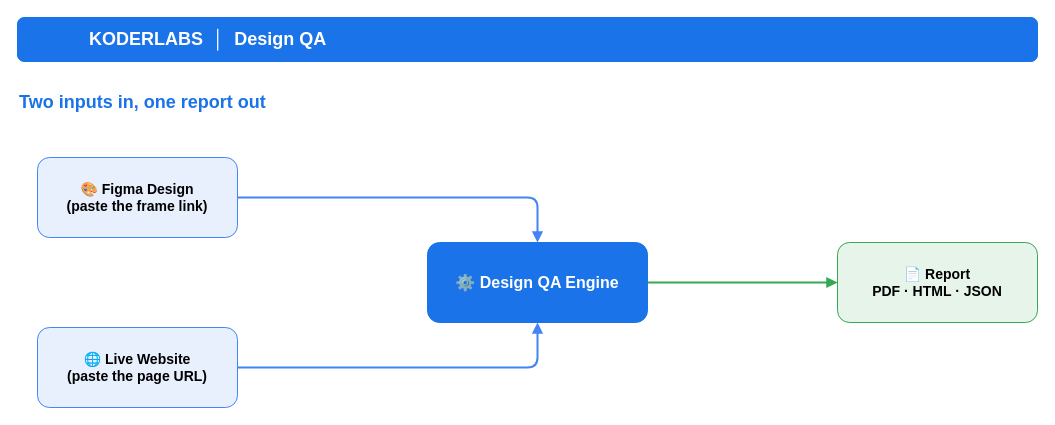
Above: page "1 · Big Picture" (1 of 4) of design-qa-flow.drawio in Mohi3380/figma-design-qa (draw.io), before the change. Source tidied: cells renumbered, new cells numbered last; positions are measured from the earlier drawing's top-left corner, leaving out a move shared by most shapes. Both pictures are drawn from the tidied source at 100%, with x=0, y=0 at pixel (17, 17). Pictures stored in the file or linked from it are replaced by grey dashed boxes.
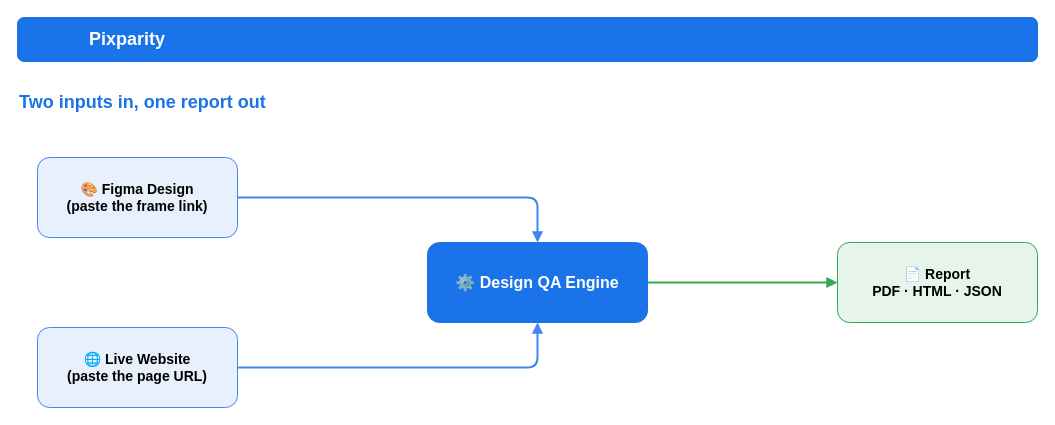
The same page after the edit.

The edit, as a diff of the source:
```diff
@@
 <mxGraphModel>
   <root>
     <mxCell id="0" />
     <mxCell id="1" parent="0" />
     <mxCell id="2" style="fillColor=#E6E6E6;strokeColor=#999999;dashed=1;" parent="1" vertex="1">
       <mxGeometry x="12" y="3" width="34" height="38" as="geometry" />
     </mxCell>
-    <mxCell id="3" value="KODERLABS  │  Design QA" style="rounded=1;whiteSpace=wrap;html=1;fillColor=#1a73e8;strokeColor=#1a73e8;fontColor=#ffffff;fontSize=18;fontStyle=1;align=left;spacingLeft=70;" parent="1" vertex="1">
+    <mxCell id="3" value="Pixparity" style="rounded=1;whiteSpace=wrap;html=1;fillColor=#1a73e8;strokeColor=#1a73e8;fontColor=#ffffff;fontSize=18;fontStyle=1;align=left;spacingLeft=70;" parent="1" vertex="1">
       <mxGeometry width="1020" height="44" as="geometry" />
     </mxCell>
     <mxCell id="4" value="Two inputs in, one report out" style="text;html=1;align=left;verticalAlign=middle;fontSize=18;fontStyle=1;fontColor=#1a73e8;" parent="1" vertex="1">
       <mxGeometry y="70" width="700" height="30" as="geometry" />
     </mxCell>
     <mxCell id="5" value="🎨 Figma Design&#10;(paste the frame link)" style="rounded=1;whiteSpace=wrap;html=1;fillColor=#E8F0FE;strokeColor=#4285F4;fontSize=14;fontStyle=1;" parent="1" vertex="1">
       <mxGeometry x="20" y="140" width="200" height="80" as="geometry" />
     </mxCell>
     <mxCell id="6" value="🌐 Live Website&#10;(paste the page URL)" style="rounded=1;whiteSpace=wrap;html=1;fillColor=#E8F0FE;strokeColor=#4285F4;fontSize=14;fontStyle=1;" parent="1" vertex="1">
       <mxGeometry x="20" y="310" width="200" height="80" as="geometry" />
     </mxCell>
     <mxCell id="7" value="⚙️ Design QA Engine" style="rounded=1;whiteSpace=wrap;html=1;fillColor=#1a73e8;strokeColor=#1a73e8;fontColor=#ffffff;fontSize=16;fontStyle=1;" parent="1" vertex="1">
       <mxGeometry x="410" y="225" width="220" height="80" as="geometry" />
     </mxCell>
     <mxCell id="8" value="📄 Report&#10;PDF · HTML · JSON" style="rounded=1;whiteSpace=wrap;html=1;fillColor=#E6F4EA;strokeColor=#34A853;fontSize=14;fontStyle=1;" parent="1" vertex="1">
       <mxGeometry x="820" y="225" width="200" height="80" as="geometry" />
     </mxCell>
     <mxCell id="9" style="edgeStyle=orthogonalEdgeStyle;rounded=1;html=1;strokeColor=#4285F4;strokeWidth=2;endArrow=block;" parent="1" edge="1" source="5" target="7">
       <mxGeometry relative="1" as="geometry" />
     </mxCell>
     <mxCell id="10" style="edgeStyle=orthogonalEdgeStyle;rounded=1;html=1;strokeColor=#4285F4;strokeWidth=2;endArrow=block;" parent="1" edge="1" source="6" target="7">
       <mxGeometry relative="1" as="geometry" />
     </mxCell>
     <mxCell id="11" style="edgeStyle=orthogonalEdgeStyle;rounded=1;html=1;strokeColor=#34A853;strokeWidth=2;endArrow=block;" parent="1" edge="1" source="7" target="8">
       <mxGeometry relative="1" as="geometry" />
     </mxCell>
   </root>
 </mxGraphModel>
```
